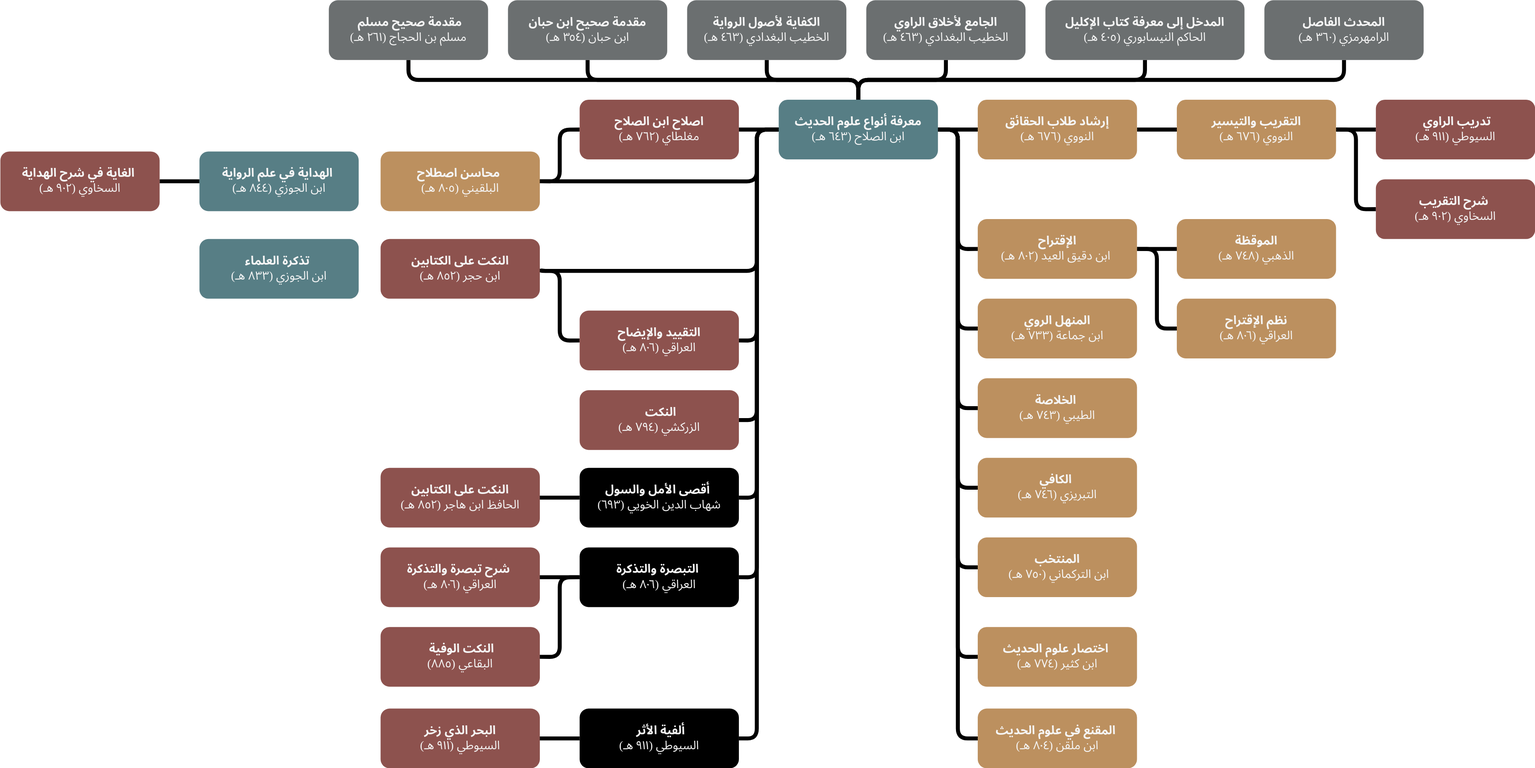
The draw.io diagram public/mustalah-chart.svg in mparchment/salsabil-io, before a commit. Source tidied: cells renumbered, new cells last; positions are measured from the earlier drawing's top-left corner, leaving out a move shared by most shapes.
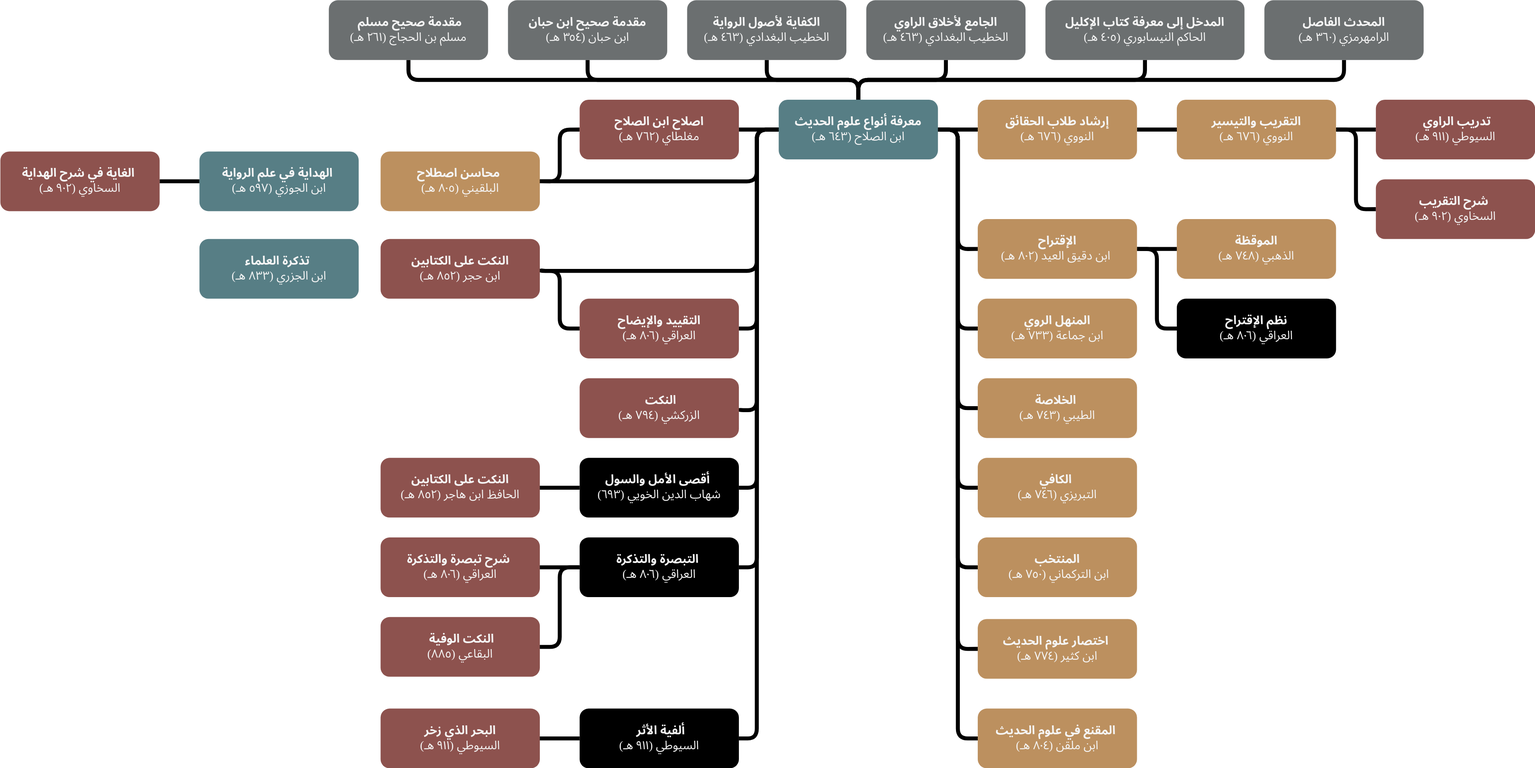
Later version of the same file.

Change to the diagram source:
```diff
@@ -33,7 +33,8 @@
       <mxGeometry relative="1" as="geometry">
         <Array as="points">
           <mxPoint x="760" y="130" />
-          <mxPoint x="760" y="422" />
+          <mxPoint x="760" y="412" />
+          <mxPoint x="742" y="412" />
         </Array>
       </mxGeometry>
     </mxCell>
@@ -41,7 +42,7 @@
       <mxGeometry relative="1" as="geometry">
         <Array as="points">
           <mxPoint x="760" y="130" />
-          <mxPoint x="760" y="342" />
+          <mxPoint x="760" y="330" />
         </Array>
       </mxGeometry>
     </mxCell>
@@ -49,7 +50,7 @@
       <mxGeometry relative="1" as="geometry">
         <Array as="points">
           <mxPoint x="760" y="130" />
-          <mxPoint x="760" y="500" />
+          <mxPoint x="760" y="490" />
         </Array>
       </mxGeometry>
     </mxCell>
@@ -57,7 +58,7 @@
       <mxGeometry relative="1" as="geometry">
         <Array as="points">
           <mxPoint x="760" y="130" />
-          <mxPoint x="760" y="580" />
+          <mxPoint x="760" y="570" />
         </Array>
       </mxGeometry>
     </mxCell>
@@ -122,7 +123,7 @@
     <mxCell id="29" value="&lt;div&gt;&lt;b&gt;الموقظة&lt;/b&gt;&lt;/div&gt;&lt;div&gt;الذهبي (٧٤٨ هـ)&lt;/div&gt;" style="rounded=1;whiteSpace=wrap;html=1;fillColor=#bc905f;glass=0;shadow=0;gradientColor=none;strokeColor=none;fontFamily=Noto Sans Arabic;fontStyle=0;fontColor=#F5F5F5;textDirection=rtl;textShadow=0;strokeWidth=2;" parent="1" vertex="1">
       <mxGeometry x="1182" y="220" width="160" height="60" as="geometry" />
     </mxCell>
-    <mxCell id="30" value="&lt;div&gt;&lt;b&gt;نظم الإقتراح&lt;/b&gt;&lt;/div&gt;&lt;div&gt;العراقي (٨٠٦&amp;nbsp;&lt;span style=&quot;background-color: initial;&quot;&gt;هـ&lt;/span&gt;&lt;span style=&quot;background-color: initial;&quot;&gt;)&lt;/span&gt;&lt;/div&gt;" style="rounded=1;whiteSpace=wrap;html=1;fillColor=#bc905f;glass=0;shadow=0;gradientColor=none;strokeColor=none;fontFamily=Noto Sans Arabic;fontStyle=0;fontColor=#F5F5F5;textDirection=rtl;textShadow=0;strokeWidth=2;" parent="1" vertex="1">
+    <mxCell id="30" value="&lt;div&gt;&lt;b&gt;نظم الإقتراح&lt;/b&gt;&lt;/div&gt;&lt;div&gt;العراقي (٨٠٦&amp;nbsp;&lt;span style=&quot;background-color: initial;&quot;&gt;هـ&lt;/span&gt;&lt;span style=&quot;background-color: initial;&quot;&gt;)&lt;/span&gt;&lt;/div&gt;" style="rounded=1;whiteSpace=wrap;html=1;fillColor=#000000;glass=0;shadow=0;gradientColor=none;strokeColor=none;fontFamily=Noto Sans Arabic;fontStyle=0;fontColor=#F5F5F5;textDirection=rtl;textShadow=0;strokeWidth=2;" parent="1" vertex="1">
       <mxGeometry x="1182" y="300" width="160" height="60" as="geometry" />
     </mxCell>
     <mxCell id="31" value="&lt;div&gt;&lt;b&gt;المنهل الروي&lt;/b&gt;&lt;/div&gt;&lt;div&gt;ابن جماعة (٧٣٣ هـ)&lt;/div&gt;" style="rounded=1;whiteSpace=wrap;html=1;fillColor=#bc905f;glass=0;shadow=0;gradientColor=none;strokeColor=none;fontFamily=Noto Sans Arabic;fontStyle=0;fontColor=#F5F5F5;textDirection=rtl;textShadow=0;strokeWidth=2;" parent="1" vertex="1">
@@ -138,7 +139,7 @@
       <mxGeometry x="982" y="540" width="160" height="60" as="geometry" />
     </mxCell>
     <mxCell id="35" value="&lt;div style=&quot;direction: ltr;&quot;&gt;&lt;div style=&quot;direction: ltr;&quot;&gt;&lt;div style=&quot;direction: ltr;&quot;&gt;&lt;div style=&quot;direction: ltr;&quot;&gt;&lt;b&gt;اختصار علوم الحديث&amp;nbsp;&lt;/b&gt;&lt;/div&gt;&lt;div style=&quot;direction: ltr;&quot;&gt;ابن كثير (٧٧٤ هـ)&lt;/div&gt;&lt;/div&gt;&lt;/div&gt;&lt;/div&gt;" style="rounded=1;whiteSpace=wrap;html=1;fillColor=#bc905f;glass=0;shadow=0;gradientColor=none;strokeColor=none;fontFamily=Noto Sans Arabic;fontStyle=0;fontColor=#F5F5F5;textDirection=rtl;textShadow=0;strokeWidth=2;" parent="1" vertex="1">
-      <mxGeometry x="982" y="630" width="160" height="60" as="geometry" />
+      <mxGeometry x="982" y="622" width="160" height="60" as="geometry" />
     </mxCell>
     <mxCell id="36" value="&lt;div style=&quot;direction: ltr;&quot;&gt;&lt;div style=&quot;direction: ltr;&quot;&gt;&lt;div style=&quot;direction: ltr;&quot;&gt;&lt;div style=&quot;direction: ltr;&quot;&gt;&lt;div style=&quot;direction: ltr;&quot;&gt;&lt;b&gt;المقنع في علوم الحديث&amp;nbsp;&lt;/b&gt;&lt;/div&gt;&lt;div style=&quot;direction: ltr;&quot;&gt;ابن ملقن (٨٠٤ هـ)&lt;/div&gt;&lt;/div&gt;&lt;/div&gt;&lt;/div&gt;&lt;/div&gt;" style="rounded=1;whiteSpace=wrap;html=1;fillColor=#bc905f;glass=0;shadow=0;gradientColor=none;strokeColor=none;fontFamily=Noto Sans Arabic;fontStyle=0;fontColor=#F5F5F5;textDirection=rtl;textShadow=0;strokeWidth=2;" parent="1" vertex="1">
       <mxGeometry x="982" y="712" width="160" height="60" as="geometry" />
@@ -146,7 +147,7 @@
     <mxCell id="37" value="&lt;div style=&quot;direction: ltr;&quot;&gt;&lt;div style=&quot;direction: ltr;&quot;&gt;&lt;div style=&quot;direction: ltr;&quot;&gt;&lt;div style=&quot;direction: ltr;&quot;&gt;&lt;div style=&quot;direction: ltr;&quot;&gt;&lt;div style=&quot;direction: ltr;&quot;&gt;&lt;b&gt;محاسن اصطلاح&amp;nbsp;&lt;/b&gt;&lt;/div&gt;&lt;div style=&quot;direction: ltr;&quot;&gt;البلقيني (٨٠٥ هـ)&lt;/div&gt;&lt;/div&gt;&lt;/div&gt;&lt;/div&gt;&lt;/div&gt;&lt;/div&gt;" style="rounded=1;whiteSpace=wrap;html=1;fillColor=#bc905f;glass=0;shadow=0;gradientColor=none;strokeColor=none;fontFamily=Noto Sans Arabic;fontStyle=0;fontColor=#F5F5F5;textDirection=rtl;textShadow=0;strokeWidth=2;" parent="1" vertex="1">
       <mxGeometry x="382" y="152" width="160" height="60" as="geometry" />
     </mxCell>
-    <mxCell id="38" value="&lt;div style=&quot;direction: ltr;&quot;&gt;&lt;div style=&quot;direction: ltr;&quot;&gt;&lt;div style=&quot;direction: ltr;&quot;&gt;&lt;div style=&quot;direction: ltr;&quot;&gt;&lt;div style=&quot;direction: ltr;&quot;&gt;&lt;div style=&quot;direction: ltr;&quot;&gt;&lt;div style=&quot;direction: ltr;&quot;&gt;&lt;b&gt;تذكرة&amp;nbsp;&lt;/b&gt;&lt;span style=&quot;background-color: initial;&quot;&gt;&lt;b&gt;ال&lt;/b&gt;&lt;/span&gt;&lt;b style=&quot;background-color: initial;&quot;&gt;علماء&amp;nbsp;&lt;/b&gt;&lt;/div&gt;&lt;div style=&quot;direction: ltr;&quot;&gt;ابن الجوزي (٨٣٣ هـ)&lt;/div&gt;&lt;/div&gt;&lt;/div&gt;&lt;/div&gt;&lt;/div&gt;&lt;/div&gt;&lt;/div&gt;" style="rounded=1;whiteSpace=wrap;html=1;fillColor=#577E85;glass=0;shadow=0;gradientColor=none;strokeColor=none;fontFamily=Noto Sans Arabic;fontStyle=0;fontColor=#F5F5F5;textDirection=rtl;textShadow=0;strokeWidth=2;" parent="1" vertex="1">
+    <mxCell id="38" value="&lt;div style=&quot;direction: ltr;&quot;&gt;&lt;div style=&quot;direction: ltr;&quot;&gt;&lt;div style=&quot;direction: ltr;&quot;&gt;&lt;div style=&quot;direction: ltr;&quot;&gt;&lt;div style=&quot;direction: ltr;&quot;&gt;&lt;div style=&quot;direction: ltr;&quot;&gt;&lt;div style=&quot;direction: ltr;&quot;&gt;&lt;b&gt;تذكرة&amp;nbsp;&lt;/b&gt;&lt;span style=&quot;background-color: initial;&quot;&gt;&lt;b&gt;ال&lt;/b&gt;&lt;/span&gt;&lt;b style=&quot;background-color: initial;&quot;&gt;علماء&amp;nbsp;&lt;/b&gt;&lt;/div&gt;&lt;div style=&quot;direction: ltr;&quot;&gt;ابن الجزري (٨٣٣ هـ)&lt;/div&gt;&lt;/div&gt;&lt;/div&gt;&lt;/div&gt;&lt;/div&gt;&lt;/div&gt;&lt;/div&gt;" style="rounded=1;whiteSpace=wrap;html=1;fillColor=#577E85;glass=0;shadow=0;gradientColor=none;strokeColor=none;fontFamily=Noto Sans Arabic;fontStyle=0;fontColor=#F5F5F5;textDirection=rtl;textShadow=0;strokeWidth=2;" parent="1" vertex="1">
       <mxGeometry x="200" y="240" width="160" height="60" as="geometry" />
     </mxCell>
     <mxCell id="39" style="edgeStyle=orthogonalEdgeStyle;shape=connector;curved=0;rounded=1;jettySize=auto;html=1;exitX=0;exitY=0.5;exitDx=0;exitDy=0;entryX=1;entryY=0.5;entryDx=0;entryDy=0;strokeColor=#000000;strokeWidth=4;align=center;verticalAlign=middle;fontFamily=Helvetica;fontSize=11;fontColor=default;labelBackgroundColor=default;endArrow=none;endFill=0;" parent="1" edge="1" source="40" target="37">
@@ -156,19 +157,19 @@
       <mxGeometry x="582" y="100" width="160" height="60" as="geometry" />
     </mxCell>
     <mxCell id="41" value="&lt;div&gt;&lt;b&gt;النكت&amp;nbsp;&lt;/b&gt;&lt;/div&gt;&lt;div&gt;الزركشي (٧٩٤ هـ)&lt;/div&gt;" style="rounded=1;whiteSpace=wrap;html=1;fillColor=#8d524e;glass=0;shadow=0;gradientColor=none;strokeColor=none;fontFamily=Noto Sans Arabic;fontStyle=0;fontColor=#F5F5F5;textDirection=rtl;textShadow=0;strokeWidth=2;" parent="1" vertex="1">
-      <mxGeometry x="582" y="392" width="160" height="60" as="geometry" />
+      <mxGeometry x="582" y="380" width="160" height="60" as="geometry" />
     </mxCell>
     <mxCell id="42" style="edgeStyle=orthogonalEdgeStyle;shape=connector;curved=0;rounded=1;jettySize=auto;html=1;exitX=0;exitY=0.5;exitDx=0;exitDy=0;entryX=1;entryY=0.5;entryDx=0;entryDy=0;strokeColor=#000000;strokeWidth=4;align=center;verticalAlign=middle;fontFamily=Helvetica;fontSize=11;fontColor=default;labelBackgroundColor=default;endArrow=none;endFill=0;" parent="1" edge="1" source="43" target="44">
       <mxGeometry relative="1" as="geometry">
         <Array as="points">
-          <mxPoint x="562" y="342" />
+          <mxPoint x="562" y="330" />
           <mxPoint x="562" y="272" />
           <mxPoint x="542" y="272" />
         </Array>
       </mxGeometry>
     </mxCell>
     <mxCell id="43" value="&lt;div&gt;&lt;b&gt;التقييد والإيضاح&lt;/b&gt;&lt;/div&gt;&lt;div&gt;العراقي (٨٠٦ هـ)&lt;/div&gt;" style="rounded=1;whiteSpace=wrap;html=1;fillColor=#8d524e;glass=0;shadow=0;gradientColor=none;strokeColor=none;fontFamily=Noto Sans Arabic;fontStyle=0;fontColor=#F5F5F5;textDirection=rtl;textShadow=0;strokeWidth=2;" parent="1" vertex="1">
-      <mxGeometry x="582" y="312" width="160" height="60" as="geometry" />
+      <mxGeometry x="582" y="300" width="160" height="60" as="geometry" />
     </mxCell>
     <mxCell id="44" value="&lt;div&gt;&lt;b&gt;النكت على الكتابين&lt;/b&gt;&lt;/div&gt;&lt;div&gt;ابن حجر (٨٥٢ هـ)&lt;/div&gt;" style="rounded=1;whiteSpace=wrap;html=1;fillColor=#8d524e;glass=0;shadow=0;gradientColor=none;strokeColor=none;fontFamily=Noto Sans Arabic;fontStyle=0;fontColor=#F5F5F5;textDirection=rtl;textShadow=0;strokeWidth=2;" parent="1" vertex="1">
       <mxGeometry x="382" y="240" width="160" height="60" as="geometry" />
@@ -177,7 +178,7 @@
       <mxGeometry relative="1" as="geometry" />
     </mxCell>
     <mxCell id="46" value="&lt;div style=&quot;direction: ltr;&quot;&gt;&lt;div style=&quot;direction: ltr;&quot;&gt;&lt;div style=&quot;direction: ltr;&quot;&gt;&lt;span style=&quot;background-color: initial;&quot;&gt;&lt;b&gt;أقصى الأمل والسول&lt;/b&gt;&lt;/span&gt;&lt;b&gt;&amp;nbsp;&lt;/b&gt;&lt;/div&gt;&lt;div style=&quot;direction: ltr;&quot;&gt;شهاب الدين الخويي (٦٩٣)&lt;/div&gt;&lt;/div&gt;&lt;/div&gt;" style="rounded=1;whiteSpace=wrap;html=1;fillColor=#000000;glass=0;shadow=0;gradientColor=none;strokeColor=none;fontFamily=Noto Sans Arabic;fontStyle=0;fontColor=#F5F5F5;textDirection=rtl;textShadow=0;strokeWidth=2;" parent="1" vertex="1">
-      <mxGeometry x="582" y="470" width="160" height="60" as="geometry" />
+      <mxGeometry x="582" y="460" width="160" height="60" as="geometry" />
     </mxCell>
     <mxCell id="47" style="edgeStyle=orthogonalEdgeStyle;shape=connector;curved=0;rounded=1;jettySize=auto;html=1;exitX=0;exitY=0.5;exitDx=0;exitDy=0;entryX=1;entryY=0.5;entryDx=0;entryDy=0;strokeColor=#000000;strokeWidth=4;align=center;verticalAlign=middle;fontFamily=Helvetica;fontSize=11;fontColor=default;labelBackgroundColor=default;endArrow=none;endFill=0;" parent="1" edge="1" source="49" target="54">
       <mxGeometry relative="1" as="geometry" />
@@ -186,22 +187,22 @@
       <mxGeometry relative="1" as="geometry" />
     </mxCell>
     <mxCell id="49" value="&lt;div style=&quot;direction: ltr;&quot;&gt;&lt;div style=&quot;direction: ltr;&quot;&gt;&lt;div style=&quot;direction: ltr;&quot;&gt;&lt;div style=&quot;direction: ltr;&quot;&gt;&lt;b&gt;التبصرة والتذكرة&amp;nbsp;&lt;/b&gt;&lt;/div&gt;&lt;div style=&quot;direction: ltr;&quot;&gt;العراقي (٨٠٦ هـ)&lt;/div&gt;&lt;/div&gt;&lt;/div&gt;&lt;/div&gt;" style="rounded=1;whiteSpace=wrap;html=1;fillColor=#000000;glass=0;shadow=0;gradientColor=none;strokeColor=none;fontFamily=Noto Sans Arabic;fontStyle=0;fontColor=#F5F5F5;textDirection=rtl;textShadow=0;strokeWidth=2;" parent="1" vertex="1">
-      <mxGeometry x="582" y="550" width="160" height="60" as="geometry" />
+      <mxGeometry x="582" y="540" width="160" height="60" as="geometry" />
     </mxCell>
     <mxCell id="50" style="edgeStyle=orthogonalEdgeStyle;shape=connector;curved=0;rounded=1;jettySize=auto;html=1;exitX=0;exitY=0.5;exitDx=0;exitDy=0;entryX=1;entryY=0.5;entryDx=0;entryDy=0;strokeColor=#000000;strokeWidth=4;align=center;verticalAlign=middle;fontFamily=Helvetica;fontSize=11;fontColor=default;labelBackgroundColor=default;endArrow=none;endFill=0;" parent="1" edge="1" source="51" target="52">
       <mxGeometry relative="1" as="geometry" />
     </mxCell>
-    <mxCell id="51" value="&lt;div style=&quot;direction: ltr;&quot;&gt;&lt;div style=&quot;direction: ltr;&quot;&gt;&lt;div style=&quot;direction: ltr;&quot;&gt;&lt;div style=&quot;direction: ltr;&quot;&gt;&lt;div style=&quot;direction: ltr;&quot;&gt;&lt;div style=&quot;direction: ltr;&quot;&gt;&lt;div style=&quot;direction: ltr;&quot;&gt;&lt;div style=&quot;direction: ltr;&quot;&gt;&lt;b&gt;الهداية في علم الرواية&amp;nbsp;&lt;/b&gt;&lt;/div&gt;&lt;div style=&quot;direction: ltr;&quot;&gt;ابن الجوزي (٨٤٤ هـ)&lt;/div&gt;&lt;/div&gt;&lt;/div&gt;&lt;/div&gt;&lt;/div&gt;&lt;/div&gt;&lt;/div&gt;&lt;/div&gt;" style="rounded=1;whiteSpace=wrap;html=1;fillColor=#577E85;glass=0;shadow=0;gradientColor=none;strokeColor=none;fontFamily=Noto Sans Arabic;fontStyle=0;fontColor=#F5F5F5;textDirection=rtl;textShadow=0;strokeWidth=2;" parent="1" vertex="1">
+    <mxCell id="51" value="&lt;div style=&quot;direction: ltr;&quot;&gt;&lt;div style=&quot;direction: ltr;&quot;&gt;&lt;div style=&quot;direction: ltr;&quot;&gt;&lt;div style=&quot;direction: ltr;&quot;&gt;&lt;div style=&quot;direction: ltr;&quot;&gt;&lt;div style=&quot;direction: ltr;&quot;&gt;&lt;div style=&quot;direction: ltr;&quot;&gt;&lt;div style=&quot;direction: ltr;&quot;&gt;&lt;b&gt;الهداية في علم الرواية&amp;nbsp;&lt;/b&gt;&lt;/div&gt;&lt;div style=&quot;direction: ltr;&quot;&gt;ابن الجوزي (٥٩٧ هـ)&lt;/div&gt;&lt;/div&gt;&lt;/div&gt;&lt;/div&gt;&lt;/div&gt;&lt;/div&gt;&lt;/div&gt;&lt;/div&gt;" style="rounded=1;whiteSpace=wrap;html=1;fillColor=#577E85;glass=0;shadow=0;gradientColor=none;strokeColor=none;fontFamily=Noto Sans Arabic;fontStyle=0;fontColor=#F5F5F5;textDirection=rtl;textShadow=0;strokeWidth=2;" parent="1" vertex="1">
       <mxGeometry x="200" y="152" width="160" height="60" as="geometry" />
     </mxCell>
     <mxCell id="52" value="&lt;div style=&quot;direction: ltr;&quot;&gt;&lt;b&gt;الغاية في شرح الهداية&amp;nbsp;&lt;/b&gt;&lt;/div&gt;&lt;div style=&quot;direction: ltr;&quot;&gt;السخاوي (٩٠٢ هـ)&lt;/div&gt;" style="rounded=1;whiteSpace=wrap;html=1;fillColor=#8d524e;glass=0;shadow=0;gradientColor=none;strokeColor=none;fontFamily=Noto Sans Arabic;fontStyle=0;fontColor=#F5F5F5;textDirection=rtl;textShadow=0;strokeWidth=2;" parent="1" vertex="1">
       <mxGeometry y="152" width="160" height="60" as="geometry" />
     </mxCell>
     <mxCell id="53" value="&lt;div&gt;&lt;b&gt;النكت الوفية&amp;nbsp;&lt;/b&gt;&lt;/div&gt;&lt;div&gt;البقاعي (٨٨٥)&lt;/div&gt;" style="rounded=1;whiteSpace=wrap;html=1;fillColor=#8d524e;glass=0;shadow=0;gradientColor=none;strokeColor=none;fontFamily=Noto Sans Arabic;fontStyle=0;fontColor=#F5F5F5;textDirection=rtl;textShadow=0;strokeWidth=2;" parent="1" vertex="1">
-      <mxGeometry x="382" y="630" width="160" height="60" as="geometry" />
+      <mxGeometry x="382" y="620" width="160" height="60" as="geometry" />
     </mxCell>
     <mxCell id="54" value="&lt;div style=&quot;direction: ltr;&quot;&gt;&lt;b&gt;شرح تبصرة والتذكرة&amp;nbsp;&lt;/b&gt;&lt;/div&gt;&lt;div style=&quot;direction: ltr;&quot;&gt;العراقي (٨٠٦ هـ)&lt;/div&gt;" style="rounded=1;whiteSpace=wrap;html=1;fillColor=#8d524e;glass=0;shadow=0;gradientColor=none;strokeColor=none;fontFamily=Noto Sans Arabic;fontStyle=0;fontColor=#F5F5F5;textDirection=rtl;textShadow=0;strokeWidth=2;" parent="1" vertex="1">
-      <mxGeometry x="382" y="550" width="160" height="60" as="geometry" />
+      <mxGeometry x="382" y="540" width="160" height="60" as="geometry" />
     </mxCell>
     <mxCell id="55" style="edgeStyle=orthogonalEdgeStyle;shape=connector;curved=0;rounded=1;jettySize=auto;html=1;exitX=0.5;exitY=1;exitDx=0;exitDy=0;entryX=0.5;entryY=0;entryDx=0;entryDy=0;strokeColor=#000000;strokeWidth=4;align=center;verticalAlign=middle;fontFamily=Helvetica;fontSize=11;fontColor=default;labelBackgroundColor=default;endArrow=none;endFill=0;" parent="1" edge="1" source="56" target="18">
       <mxGeometry relative="1" as="geometry" />
@@ -210,7 +211,7 @@
       <mxGeometry x="330" width="160" height="60" as="geometry" />
     </mxCell>
     <mxCell id="57" value="&lt;div&gt;&lt;b&gt;النكت على الكتابين&lt;/b&gt;&lt;/div&gt;&lt;div&gt;الحافظ ابن هاجر (٨٥٢ هـ)&lt;/div&gt;" style="rounded=1;whiteSpace=wrap;html=1;fillColor=#8d524e;glass=0;shadow=0;gradientColor=none;strokeColor=none;fontFamily=Noto Sans Arabic;fontStyle=0;fontColor=#F5F5F5;textDirection=rtl;textShadow=0;strokeWidth=2;" parent="1" vertex="1">
-      <mxGeometry x="382" y="470" width="160" height="60" as="geometry" />
+      <mxGeometry x="382" y="460" width="160" height="60" as="geometry" />
     </mxCell>
     <mxCell id="58" style="edgeStyle=orthogonalEdgeStyle;shape=connector;curved=0;rounded=1;jettySize=auto;html=1;exitX=0;exitY=0.5;exitDx=0;exitDy=0;entryX=1;entryY=0.5;entryDx=0;entryDy=0;strokeColor=#000000;strokeWidth=4;align=center;verticalAlign=middle;fontFamily=Helvetica;fontSize=11;fontColor=default;labelBackgroundColor=default;endArrow=none;endFill=0;" parent="1" edge="1" source="59" target="60">
       <mxGeometry relative="1" as="geometry" />
```
